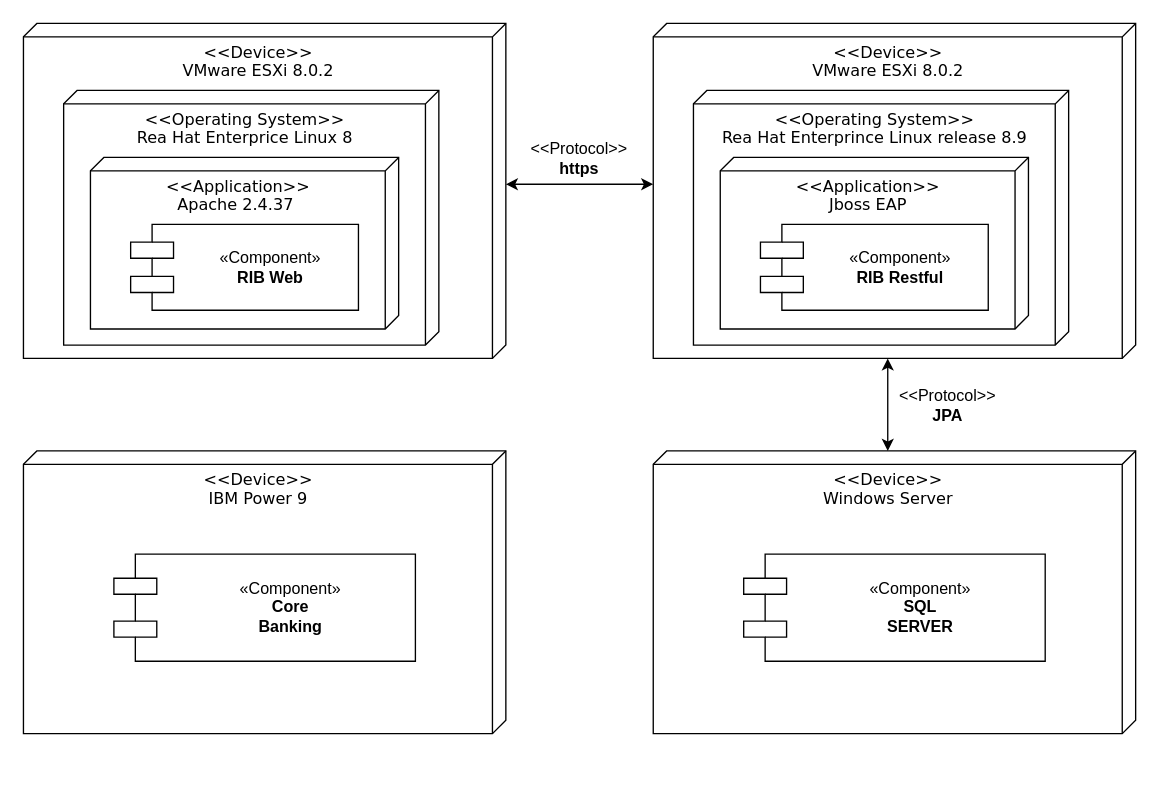
Earlier version of the draw.io diagram DiagramaDespliegue.drawio (GonzaloDavid/diagramas). Source tidied: cells renumbered, new cells numbered last; positions are measured from the earlier drawing's top-left corner, leaving out a move shared by most shapes. Both pictures are drawn from the tidied source at 134%, with x=0, y=0 at pixel (23, 23).
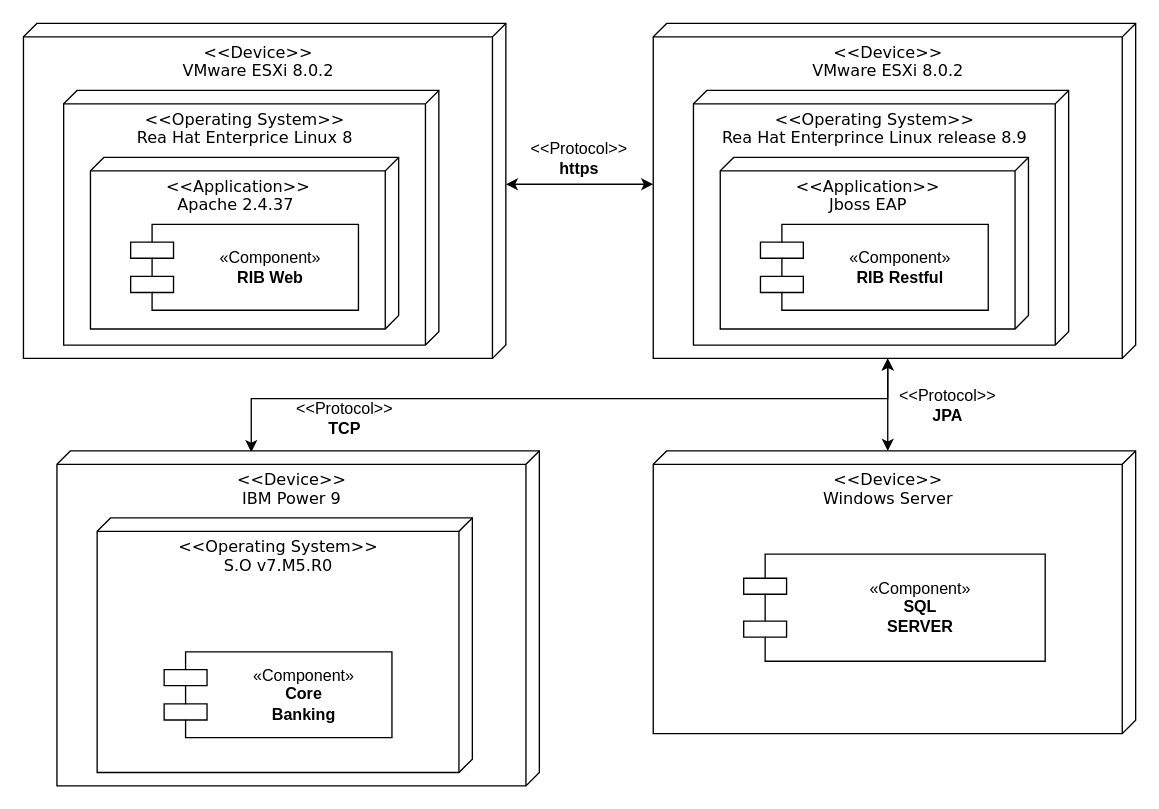
The same page after the edit.

Unchanged cells that the change refers to:
```xml
<mxCell id="6" value="&amp;lt;&amp;lt;Device&amp;gt;&amp;gt;&lt;div&gt;VMware ESXi 8.0.2&lt;/div&gt;" style="verticalAlign=top;align=center;spacingTop=8;spacingLeft=2;spacingRight=12;shape=cube;size=10;direction=south;fontStyle=0;html=1;rounded=0;shadow=0;comic=0;labelBackgroundColor=none;strokeWidth=1;fontFamily=Verdana;fontSize=12;" parent="1" vertex="1">
  <mxGeometry x="470" width="360" height="250" as="geometry" />
</mxCell>
```

Change to the diagram source:
```diff
@@
+    <mxCell id="18" style="endArrow=classic;startArrow=classic;html=1;rounded=0;entryX=0;entryY=0;entryDx=250;entryDy=185;entryPerimeter=0;" parent="1" edge="1" target="6">
+      <mxGeometry relative="1" as="geometry">
+        <mxPoint x="170" y="320" as="sourcePoint" />
+        <Array as="points">
+          <mxPoint x="170" y="280" />
+          <mxPoint x="645" y="280" />
+        </Array>
+      </mxGeometry>
+    </mxCell>
+    <mxCell id="19" value="&amp;lt;&amp;lt;Protocol&amp;gt;&amp;gt;&lt;div&gt;&lt;b&gt;TCP&lt;/b&gt;&lt;/div&gt;" style="text;html=1;align=center;verticalAlign=middle;whiteSpace=wrap;rounded=0;" parent="1" vertex="1">
+      <mxGeometry x="210" y="280" width="60" height="30" as="geometry" />
+    </mxCell>
     <mxCell id="16" value="&amp;lt;&amp;lt;Device&amp;gt;&amp;gt;&lt;div&gt;IBM Power 9&lt;/div&gt;" style="verticalAlign=top;align=center;spacingTop=8;spacingLeft=2;spacingRight=12;shape=cube;size=10;direction=south;fontStyle=0;html=1;rounded=0;shadow=0;comic=0;labelBackgroundColor=none;strokeWidth=1;fontFamily=Verdana;fontSize=12;" parent="1" vertex="1">
-      <mxGeometry y="319" width="360" height="211" as="geometry" />
+      <mxGeometry x="25" y="319" width="360" height="250" as="geometry" />
     </mxCell>
+    <mxCell id="20" value="&amp;lt;&amp;lt;Operating System&amp;gt;&amp;gt;&lt;div&gt;S.O v7.M5.R0&lt;/div&gt;" style="verticalAlign=top;align=center;spacingTop=8;spacingLeft=2;spacingRight=12;shape=cube;size=10;direction=south;fontStyle=0;html=1;rounded=0;shadow=0;comic=0;labelBackgroundColor=none;strokeWidth=1;fontFamily=Verdana;fontSize=12;" parent="1" vertex="1">
+      <mxGeometry x="55" y="369" width="280" height="190" as="geometry" />
+    </mxCell>
-    <mxCell id="17" value="&lt;div style=&quot;&quot;&gt;&lt;span style=&quot;font-family: Helvetica; text-wrap: wrap; background-color: initial;&quot;&gt;«Component»&lt;/span&gt;&lt;/div&gt;&lt;b style=&quot;font-family: Helvetica; text-wrap: wrap;&quot;&gt;&lt;div style=&quot;&quot;&gt;Core Banking&lt;/div&gt;&lt;/b&gt;" style="shape=component;align=center;spacingLeft=37;rounded=0;shadow=0;comic=0;labelBackgroundColor=none;strokeWidth=1;fontFamily=Verdana;fontSize=12;html=1;verticalAlign=middle;" parent="1" vertex="1">
-      <mxGeometry x="67.5" y="396" width="225" height="80" as="geometry" />
+    <mxCell id="17" value="&lt;div style=&quot;&quot;&gt;&lt;span style=&quot;font-family: Helvetica; text-wrap: wrap; background-color: initial;&quot;&gt;«Component»&lt;/span&gt;&lt;/div&gt;&lt;b style=&quot;font-family: Helvetica; text-wrap: wrap;&quot;&gt;&lt;div style=&quot;&quot;&gt;Core Banking&lt;br&gt;&lt;/div&gt;&lt;/b&gt;" style="shape=component;align=center;spacingLeft=37;rounded=0;shadow=0;comic=0;labelBackgroundColor=none;strokeWidth=1;fontFamily=Verdana;fontSize=12;html=1;verticalAlign=middle;" parent="1" vertex="1">
+      <mxGeometry x="105" y="469" width="170" height="64" as="geometry" />
     </mxCell>
```
